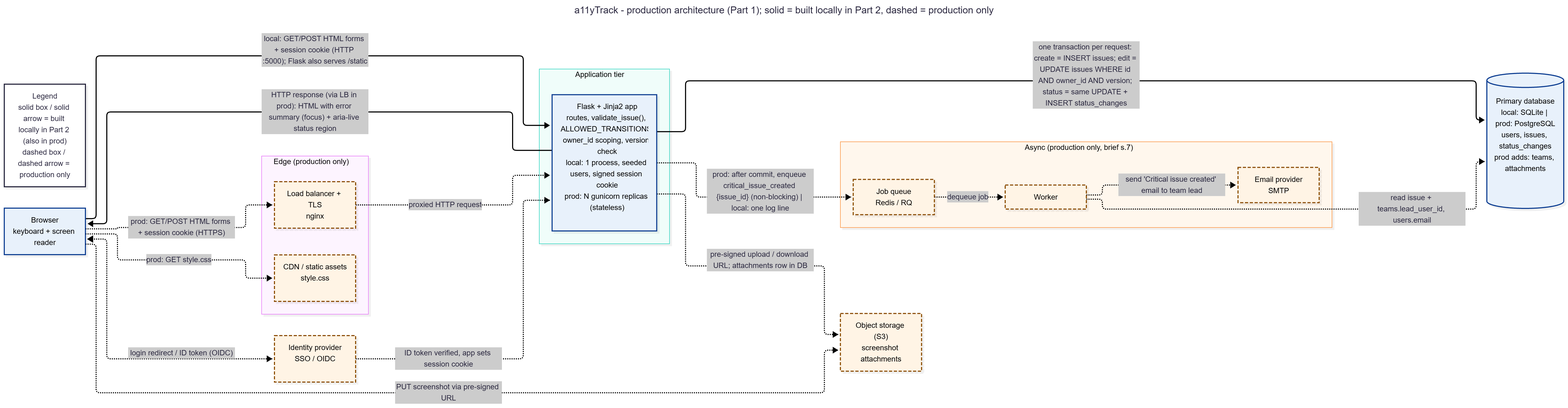
This is docs/architecture.png from Yashvardhan-Chaudhry/a11yTrack, a Mermaid export, as it was before one commit. Its source is kept beside it as docs/architecture.mmd.
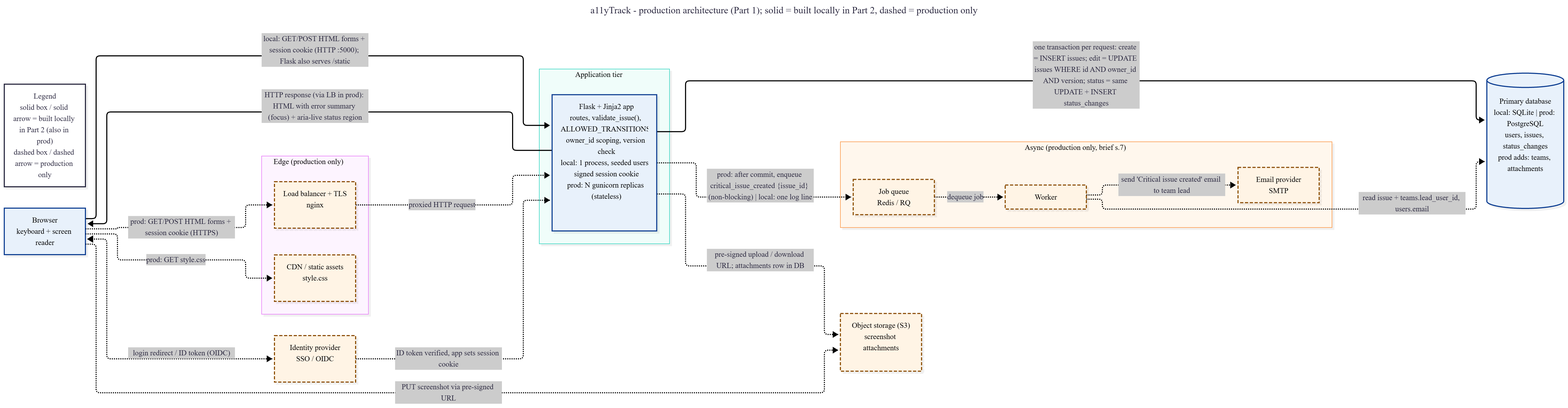
After the change.

Diff of the diagram source:
```diff
@@ -2,7 +2,7 @@
 title: a11yTrack - production architecture (Part 1); solid = built locally in Part 2, dashed = production only
 config:
   themeVariables:
-    fontFamily: Arial, Helvetica, sans-serif
+    fontFamily: Arial
 ---
 flowchart LR
   classDef local fill:#e8f1fb,stroke:#0b3d91,stroke-width:2px,color:#000
```
